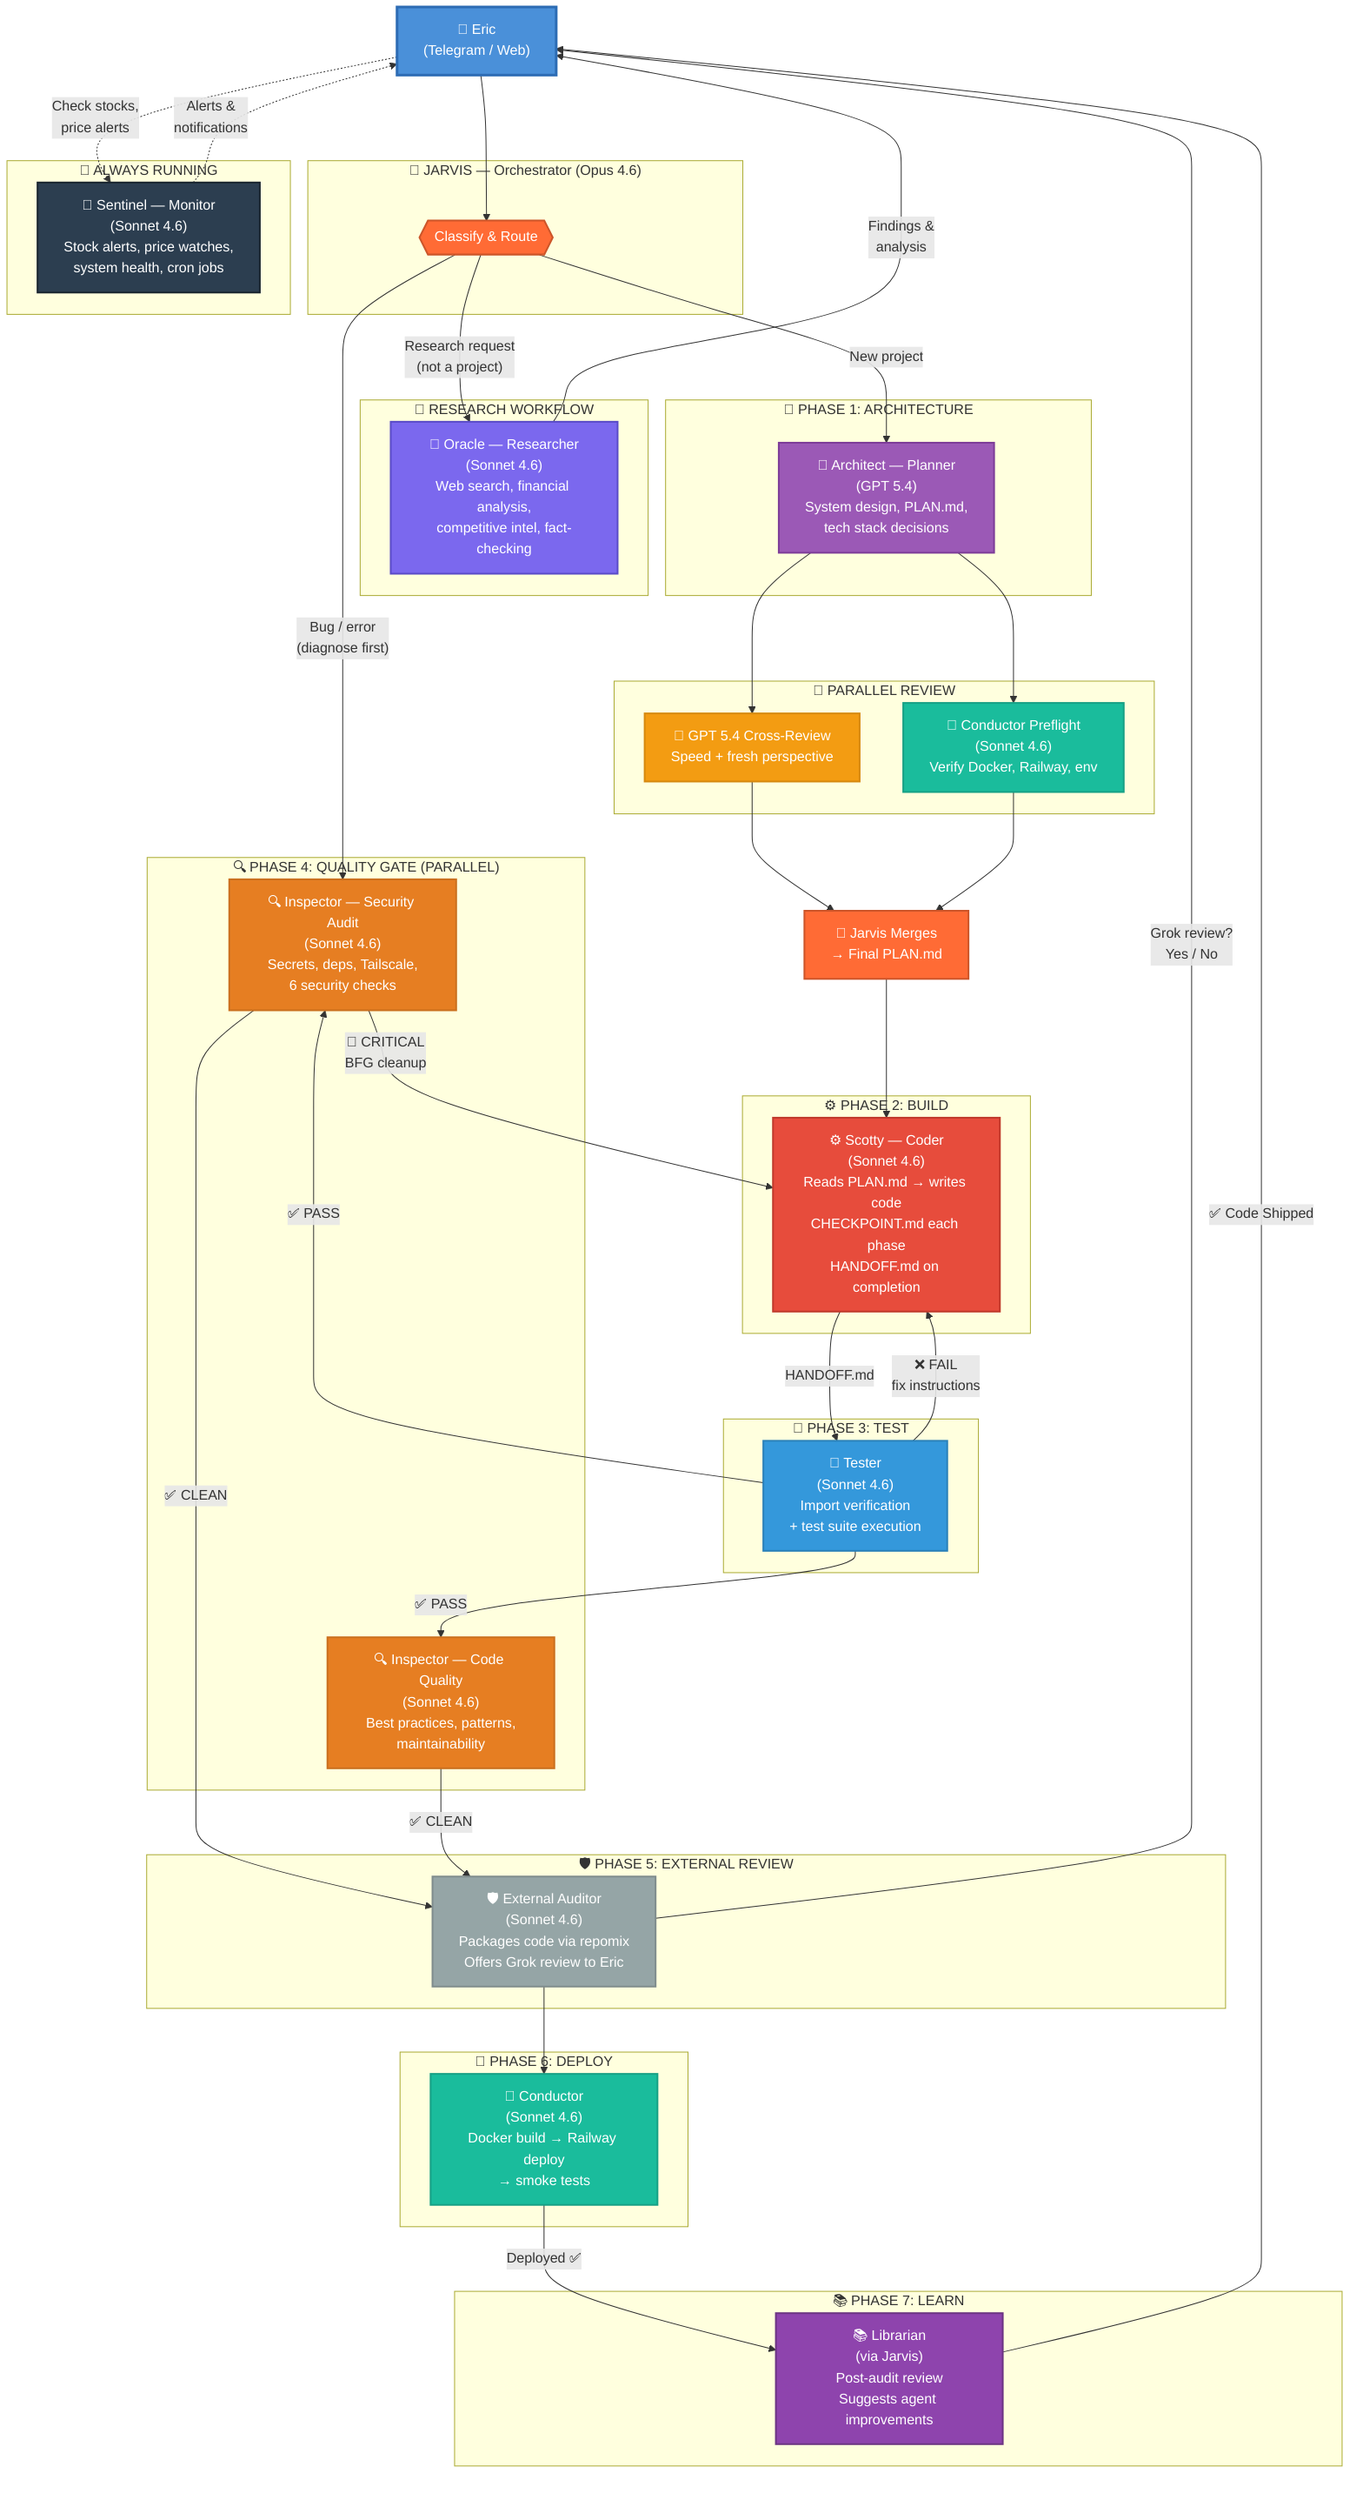
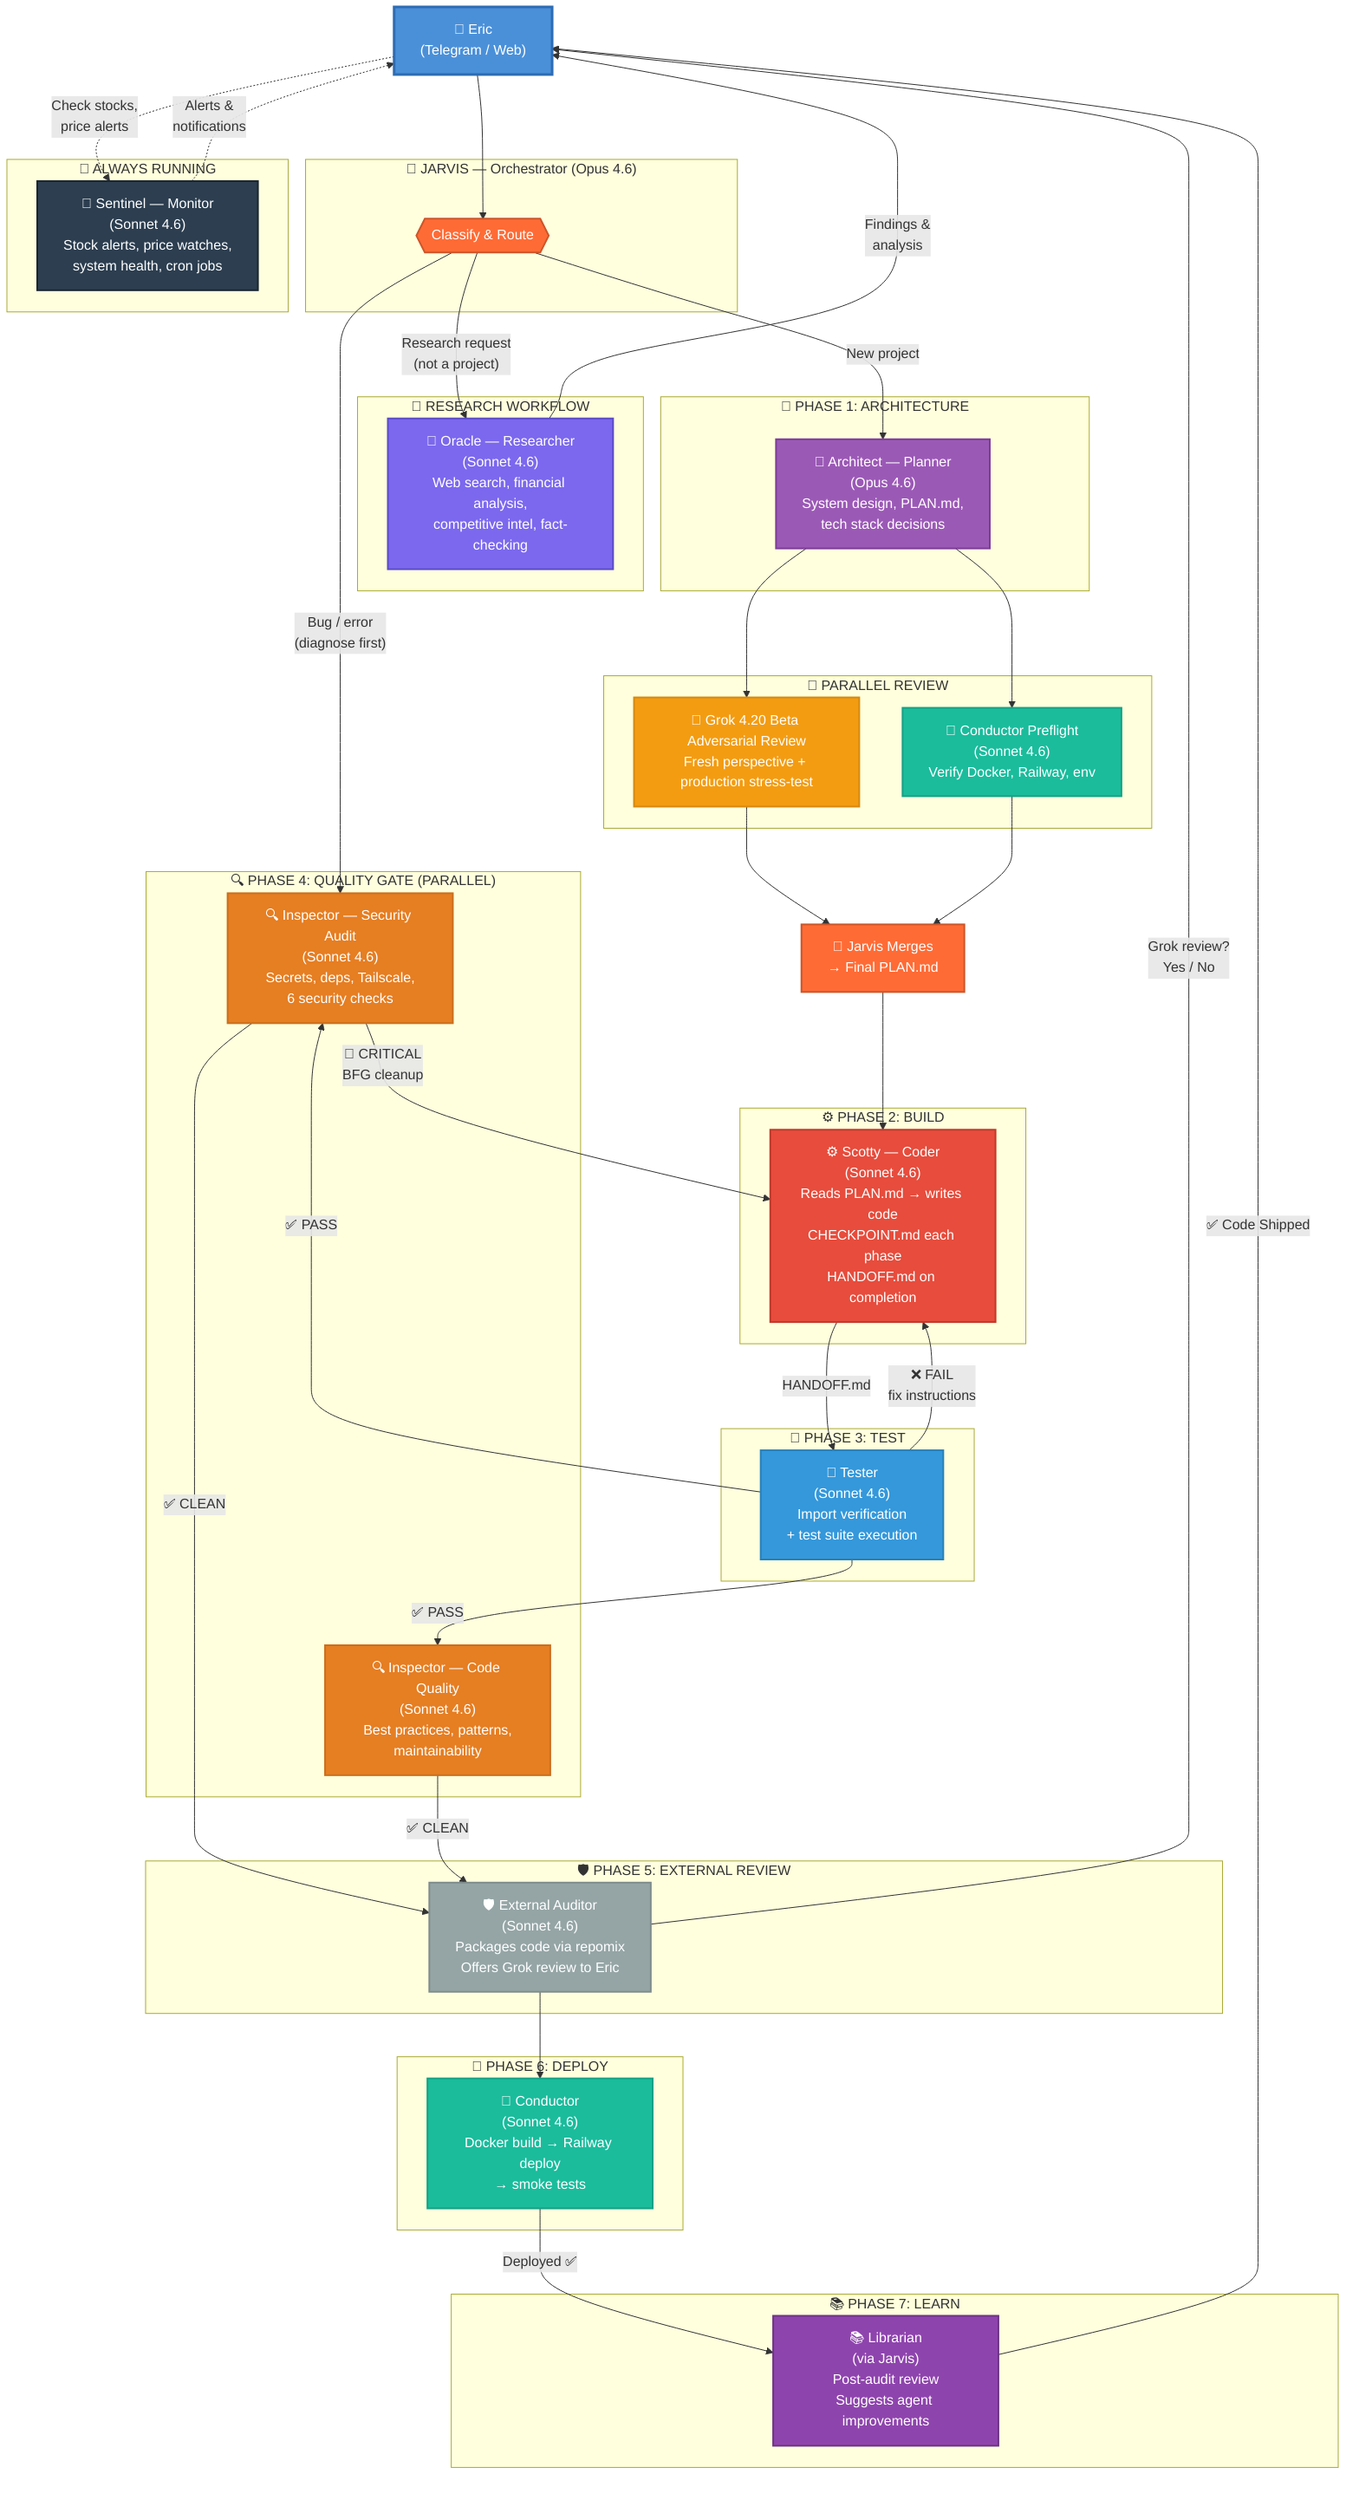
flowchart TD
    Eric["👤 Eric<br/>(Telegram / Web)"]

    subgraph Orchestrator["🤖 JARVIS — Orchestrator (Opus 4.6)"]
        J_route{{"Classify & Route"}}
    end

    Eric --> J_route

    %% ===== RESEARCH PATH (LEFT) =====
    subgraph ResearchPath["🔬 RESEARCH WORKFLOW"]
        R["🔬 Oracle — Researcher<br/>(Sonnet 4.6)<br/>Web search, financial analysis,<br/>competitive intel, fact-checking"]
    end

    J_route -->|"Research request<br/>(not a project)"| R
    R -->|"Findings &<br/>analysis"| Eric

    %% ===== ERROR PATH =====
    J_route -->|"Bug / error<br/>(diagnose first)"| Q_SEC

    %% ===== CODE PIPELINE (RIGHT) =====
    subgraph Phase1["📐 PHASE 1: ARCHITECTURE"]
-         P["📐 Architect — Planner<br/>(GPT 5.4)<br/>System design, PLAN.md,<br/>tech stack decisions"]
+         P["📐 Architect — Planner<br/>(Opus 4.6)<br/>System design, PLAN.md,<br/>tech stack decisions"]
    end

    subgraph Phase1Review["🔄 PARALLEL REVIEW"]
-         GPT["🧠 GPT 5.4 Cross-Review<br/>Speed + fresh perspective"]
+         GPT["🧠 Grok 4.20 Beta Adversarial Review<br/>Fresh perspective + production stress-test"]
        COND_PRE["🚂 Conductor Preflight<br/>(Sonnet 4.6)<br/>Verify Docker, Railway, env"]
    end

    J_route -->|"New project"| P
    P --> GPT
    P --> COND_PRE

    J_merge["🤖 Jarvis Merges<br/>→ Final PLAN.md"]
    GPT --> J_merge
    COND_PRE --> J_merge

    subgraph Phase2["⚙️ PHASE 2: BUILD"]
        C["⚙️ Scotty — Coder<br/>(Sonnet 4.6)<br/>Reads PLAN.md → writes code<br/>CHECKPOINT.md each phase<br/>HANDOFF.md on completion"]
    end

    J_merge --> C

    subgraph Phase3["🧪 PHASE 3: TEST"]
        T["🧪 Tester<br/>(Sonnet 4.6)<br/>Import verification<br/>+ test suite execution"]
    end

    C -->|"HANDOFF.md"| T
    T -->|"❌ FAIL<br/>fix instructions"| C

    subgraph Phase4["🔍 PHASE 4: QUALITY GATE (PARALLEL)"]
        Q_SEC["🔍 Inspector — Security Audit<br/>(Sonnet 4.6)<br/>Secrets, deps, Tailscale,<br/>6 security checks"]
        Q_CODE["🔍 Inspector — Code Quality<br/>(Sonnet 4.6)<br/>Best practices, patterns,<br/>maintainability"]
    end

    T -->|"✅ PASS"| Q_SEC
    T -->|"✅ PASS"| Q_CODE
    Q_SEC -->|"🔴 CRITICAL<br/>BFG cleanup"| C

    subgraph Phase5["🛡️ PHASE 5: EXTERNAL REVIEW"]
        A["🛡️ External Auditor<br/>(Sonnet 4.6)<br/>Packages code via repomix<br/>Offers Grok review to Eric"]
    end

    Q_SEC -->|"✅ CLEAN"| A
    Q_CODE -->|"✅ CLEAN"| A
    A -->|"Grok review?<br/>Yes / No"| Eric

    subgraph Phase6["🚂 PHASE 6: DEPLOY"]
        COND["🚂 Conductor<br/>(Sonnet 4.6)<br/>Docker build → Railway deploy<br/>→ smoke tests"]
    end

    A --> COND

    subgraph Phase7["📚 PHASE 7: LEARN"]
        LIB["📚 Librarian<br/>(via Jarvis)<br/>Post-audit review<br/>Suggests agent improvements"]
    end

    COND -->|"Deployed ✅"| LIB
    LIB -->|"✅ Code Shipped"| Eric

    %% ===== MONITOR (BACKGROUND) =====
    subgraph BGMonitor["📡 ALWAYS RUNNING"]
        M["📡 Sentinel — Monitor<br/>(Sonnet 4.6)<br/>Stock alerts, price watches,<br/>system health, cron jobs"]
    end

    Eric -.->|"Check stocks,<br/>price alerts"| M
    M -.->|"Alerts &<br/>notifications"| Eric

    %% Styling
    style Eric fill:#4a90d9,color:#fff,stroke:#2d6cb4,stroke-width:3px
    style J_route fill:#ff6b35,color:#fff,stroke:#cc5529,stroke-width:2px
    style J_merge fill:#ff6b35,color:#fff,stroke:#cc5529,stroke-width:2px
    style R fill:#7b68ee,color:#fff,stroke:#5a4bc7,stroke-width:2px
    style P fill:#9b59b6,color:#fff,stroke:#7d3c98,stroke-width:2px
    style GPT fill:#f39c12,color:#fff,stroke:#d68910,stroke-width:2px
    style COND_PRE fill:#1abc9c,color:#fff,stroke:#16a085,stroke-width:2px
    style C fill:#e74c3c,color:#fff,stroke:#c0392b,stroke-width:2px
    style T fill:#3498db,color:#fff,stroke:#2980b9,stroke-width:2px
    style Q_SEC fill:#e67e22,color:#fff,stroke:#ca6f1e,stroke-width:2px
    style Q_CODE fill:#e67e22,color:#fff,stroke:#ca6f1e,stroke-width:2px
    style A fill:#95a5a6,color:#fff,stroke:#7f8c8d,stroke-width:2px
    style COND fill:#1abc9c,color:#fff,stroke:#16a085,stroke-width:2px
    style LIB fill:#8e44ad,color:#fff,stroke:#6c3483,stroke-width:2px
    style M fill:#2c3e50,color:#fff,stroke:#1a252f,stroke-width:2px
